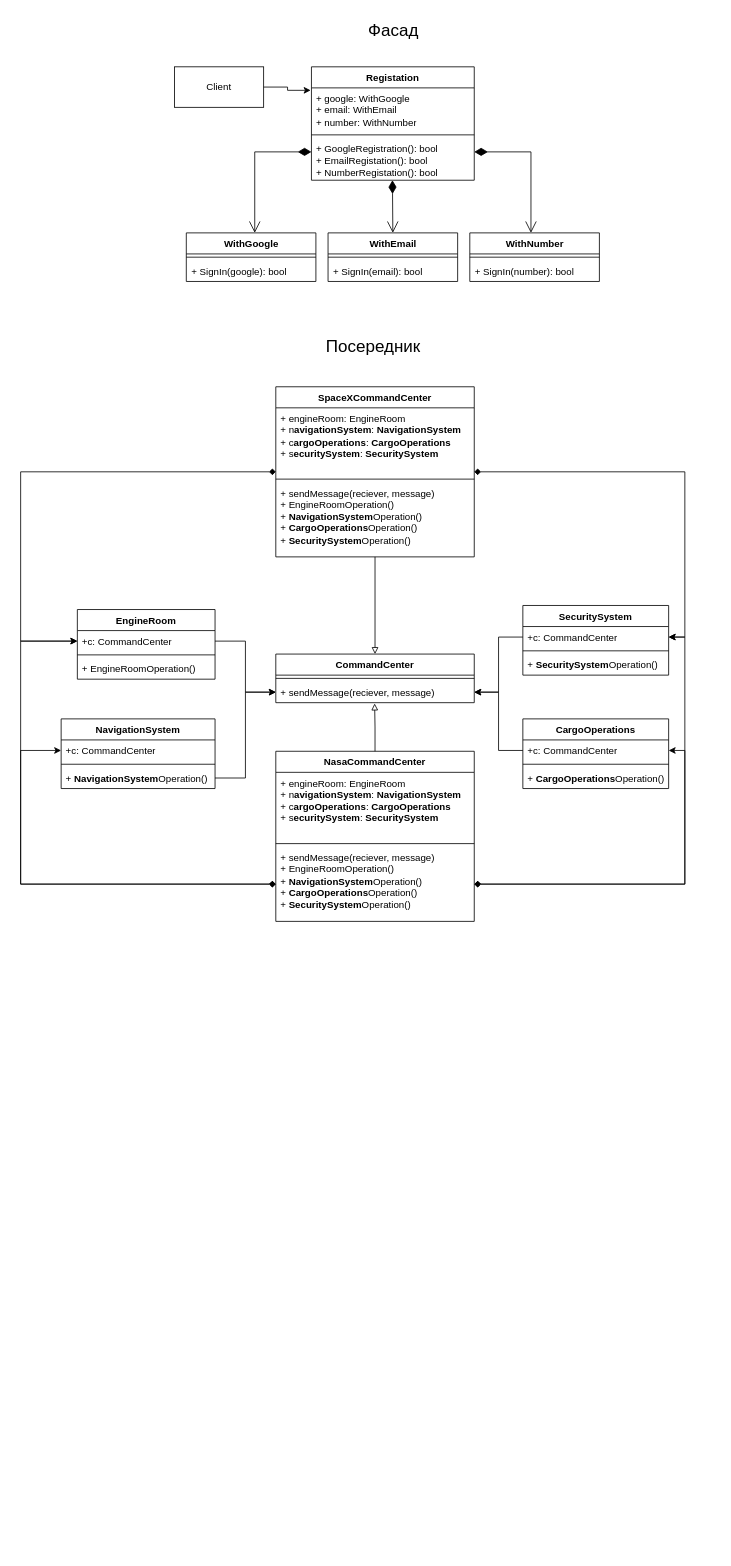
The draw.io diagram dz2.drawio in peerpressurre/diagrams, before the edit. Source tidied: cells renumbered, new cells numbered last; positions are measured from the earlier drawing's top-left corner, leaving out a move shared by most shapes. Both pictures are drawn from the tidied source at 81%, with x=0, y=0 at pixel (20, 14).
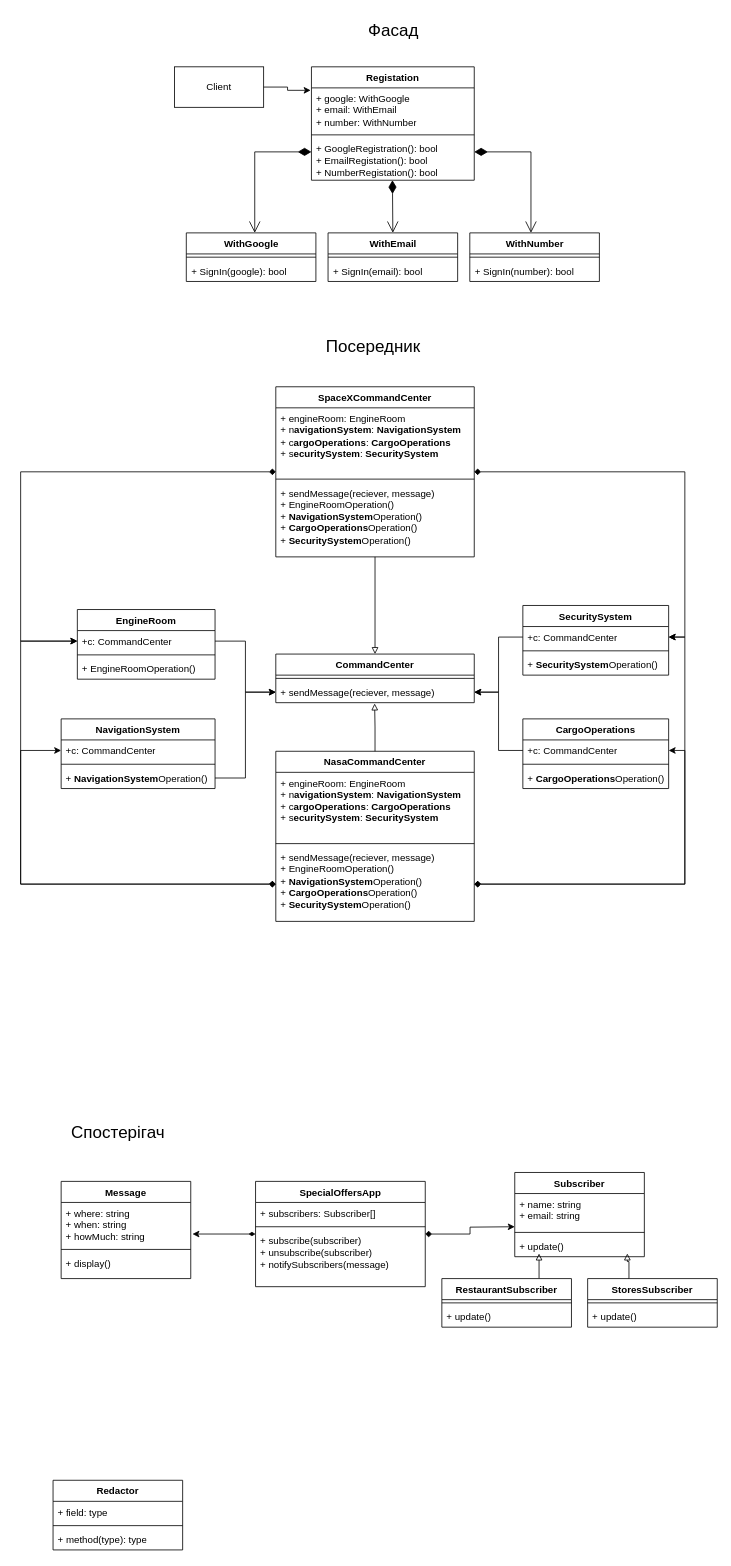
After the change.

The edit, as a diff of the source:
```diff
@@
+    <mxCell id="61" value="SpecialOffersApp" style="swimlane;fontStyle=1;align=center;verticalAlign=top;horizontal=1;startSize=26;whiteSpace=wrap;html=1;" parent="1" vertex="1">
+      <mxGeometry x="290" y="1441" width="209.5" height="130" as="geometry" />
+    </mxCell>
+    <mxCell id="62" value="+ subscribers: Subscriber[]&lt;div&gt;&lt;br&gt;&lt;/div&gt;" style="text;strokeColor=none;fillColor=none;align=left;verticalAlign=top;spacingLeft=4;spacingRight=4;overflow=hidden;whiteSpace=wrap;html=1;" parent="61" vertex="1">
+      <mxGeometry y="26" width="209.5" height="26" as="geometry" />
+    </mxCell>
+    <mxCell id="63" style="line;strokeWidth=1;fillColor=none;align=left;verticalAlign=middle;spacingTop=-1;spacingLeft=3;spacingRight=3;labelPosition=right;strokeColor=inherit;" parent="61" vertex="1">
+      <mxGeometry y="52" width="209.5" height="8" as="geometry" />
+    </mxCell>
+    <mxCell id="64" value="+ subscribe(subscriber)&lt;div&gt;+ unsubscribe(subscriber)&lt;/div&gt;&lt;div&gt;&lt;span style=&quot;background-color: initial;&quot;&gt;+ notifySubscribers(message)&lt;/span&gt;&lt;/div&gt;" style="text;strokeColor=none;fillColor=none;align=left;verticalAlign=top;spacingLeft=4;spacingRight=4;overflow=hidden;whiteSpace=wrap;html=1;" parent="61" vertex="1">
+      <mxGeometry y="60" width="209.5" height="70" as="geometry" />
+    </mxCell>
+    <mxCell id="65" value="Message" style="swimlane;fontStyle=1;align=center;verticalAlign=top;horizontal=1;startSize=26;whiteSpace=wrap;html=1;" parent="1" vertex="1">
+      <mxGeometry x="50" y="1441" width="160" height="120" as="geometry" />
+    </mxCell>
+    <mxCell id="66" value="+ where: string&lt;div&gt;+ when: string&lt;/div&gt;&lt;div&gt;+ howMuch: string&lt;/div&gt;" style="text;strokeColor=none;fillColor=none;align=left;verticalAlign=top;spacingLeft=4;spacingRight=4;overflow=hidden;points=[[0,0.5],[1,0.5]];portConstraint=eastwest;whiteSpace=wrap;html=1;" parent="65" vertex="1">
+      <mxGeometry y="26" width="160" height="54" as="geometry" />
+    </mxCell>
+    <mxCell id="67" style="line;strokeWidth=1;fillColor=none;align=left;verticalAlign=middle;spacingTop=-1;spacingLeft=3;spacingRight=3;labelPosition=right;strokeColor=inherit;" parent="65" vertex="1">
+      <mxGeometry y="80" width="160" height="8" as="geometry" />
+    </mxCell>
+    <mxCell id="68" value="+ display()" style="text;strokeColor=none;fillColor=none;align=left;verticalAlign=top;spacingLeft=4;spacingRight=4;overflow=hidden;whiteSpace=wrap;html=1;" parent="65" vertex="1">
+      <mxGeometry y="88" width="160" height="32" as="geometry" />
+    </mxCell>
+    <mxCell id="69" style="edgeStyle=orthogonalEdgeStyle;rounded=0;jettySize=auto;html=1;entryX=1.013;entryY=0.722;entryDx=0;entryDy=0;entryPerimeter=0;startArrow=diamondThin;startFill=1;" parent="1" edge="1" source="61" target="66">
+      <mxGeometry relative="1" as="geometry" />
+    </mxCell>
+    <mxCell id="70" style="edgeStyle=orthogonalEdgeStyle;rounded=0;jettySize=auto;html=1;entryX=0;entryY=0.5;entryDx=0;entryDy=0;startArrow=diamond;startFill=1;" parent="1" edge="1" source="61">
+      <mxGeometry relative="1" as="geometry">
+        <mxPoint x="610" y="1497" as="targetPoint" />
+      </mxGeometry>
+    </mxCell>
+    <mxCell id="71" style="edgeStyle=orthogonalEdgeStyle;rounded=0;orthogonalLoop=1;jettySize=auto;html=1;exitX=0.75;exitY=0;exitDx=0;exitDy=0;endArrow=block;endFill=0;" parent="1" edge="1">
+      <mxGeometry relative="1" as="geometry">
+        <mxPoint x="640" y="1561" as="sourcePoint" />
+        <mxPoint x="640" y="1530" as="targetPoint" />
+      </mxGeometry>
+    </mxCell>
+    <mxCell id="72" style="edgeStyle=orthogonalEdgeStyle;rounded=0;orthogonalLoop=1;jettySize=auto;html=1;exitX=0.25;exitY=0;exitDx=0;exitDy=0;endArrow=block;endFill=0;" parent="1" edge="1">
+      <mxGeometry relative="1" as="geometry">
+        <mxPoint x="750" y="1561" as="sourcePoint" />
+        <mxPoint x="749" y="1530" as="targetPoint" />
+        <Array as="points">
+          <mxPoint x="751" y="1561" />
+          <mxPoint x="751" y="1540" />
+          <mxPoint x="749" y="1540" />
+        </Array>
+      </mxGeometry>
+    </mxCell>
+    <mxCell id="73" value="RestaurantSubscriber" style="swimlane;fontStyle=1;align=center;verticalAlign=top;horizontal=1;startSize=26;whiteSpace=wrap;html=1;" parent="1" vertex="1">
+      <mxGeometry x="520" y="1561" width="160" height="60" as="geometry" />
+    </mxCell>
+    <mxCell id="74" style="line;strokeWidth=1;fillColor=none;align=left;verticalAlign=middle;spacingTop=-1;spacingLeft=3;spacingRight=3;labelPosition=right;strokeColor=inherit;" parent="73" vertex="1">
+      <mxGeometry y="26" width="160" height="8" as="geometry" />
+    </mxCell>
+    <mxCell id="75" value="+ update()" style="text;strokeColor=none;fillColor=none;align=left;verticalAlign=top;spacingLeft=4;spacingRight=4;overflow=hidden;whiteSpace=wrap;html=1;" parent="73" vertex="1">
+      <mxGeometry y="34" width="160" height="26" as="geometry" />
+    </mxCell>
+    <mxCell id="76" value="StoresSubscriber" style="swimlane;fontStyle=1;align=center;verticalAlign=top;horizontal=1;startSize=26;whiteSpace=wrap;html=1;" parent="1" vertex="1">
+      <mxGeometry x="700" y="1561" width="160" height="60" as="geometry" />
+    </mxCell>
+    <mxCell id="77" style="line;strokeWidth=1;fillColor=none;align=left;verticalAlign=middle;spacingTop=-1;spacingLeft=3;spacingRight=3;labelPosition=right;strokeColor=inherit;" parent="76" vertex="1">
+      <mxGeometry y="26" width="160" height="8" as="geometry" />
+    </mxCell>
+    <mxCell id="78" value="+ update()" style="text;strokeColor=none;fillColor=none;align=left;verticalAlign=top;spacingLeft=4;spacingRight=4;overflow=hidden;whiteSpace=wrap;html=1;" parent="76" vertex="1">
+      <mxGeometry y="34" width="160" height="26" as="geometry" />
+    </mxCell>
+    <mxCell id="79" value="Subscriber" style="swimlane;fontStyle=1;align=center;verticalAlign=top;horizontal=1;startSize=26;whiteSpace=wrap;html=1;" parent="1" vertex="1">
+      <mxGeometry x="610" y="1430" width="160" height="104" as="geometry" />
+    </mxCell>
+    <mxCell id="80" value="+ name: string&lt;br&gt;&lt;span style=&quot;background-color: initial;&quot;&gt;+ email: string&lt;/span&gt;" style="text;strokeColor=none;fillColor=none;align=left;verticalAlign=top;spacingLeft=4;spacingRight=4;overflow=hidden;whiteSpace=wrap;html=1;" parent="79" vertex="1">
+      <mxGeometry y="26" width="160" height="44" as="geometry" />
+    </mxCell>
+    <mxCell id="81" style="line;strokeWidth=1;fillColor=none;align=left;verticalAlign=middle;spacingTop=-1;spacingLeft=3;spacingRight=3;labelPosition=right;strokeColor=inherit;" parent="79" vertex="1">
+      <mxGeometry y="70" width="160" height="8" as="geometry" />
+    </mxCell>
+    <mxCell id="82" value="+ update()" style="text;strokeColor=none;fillColor=none;align=left;verticalAlign=top;spacingLeft=4;spacingRight=4;overflow=hidden;whiteSpace=wrap;html=1;" parent="79" vertex="1">
+      <mxGeometry y="78" width="160" height="26" as="geometry" />
+    </mxCell>
+    <mxCell id="83" value="&lt;font style=&quot;font-size: 21px;&quot;&gt;Спостерігач&lt;/font&gt;" style="text;html=1;align=center;verticalAlign=middle;strokeColor=none;fillColor=none;" parent="1" vertex="1">
+      <mxGeometry x="50" y="1360" width="140" height="40" as="geometry" />
+    </mxCell>
+    <mxCell id="84" value="Redactor&lt;div&gt;&lt;br&gt;&lt;/div&gt;" style="swimlane;fontStyle=1;align=center;verticalAlign=top;horizontal=1;startSize=26;whiteSpace=wrap;html=1;" parent="1" vertex="1">
+      <mxGeometry x="40" y="1810" width="160" height="86" as="geometry" />
+    </mxCell>
+    <mxCell id="85" value="+ field: type" style="text;strokeColor=none;fillColor=none;align=left;verticalAlign=top;spacingLeft=4;spacingRight=4;overflow=hidden;whiteSpace=wrap;html=1;" parent="84" vertex="1">
+      <mxGeometry y="26" width="160" height="26" as="geometry" />
+    </mxCell>
+    <mxCell id="86" style="line;strokeWidth=1;fillColor=none;align=left;verticalAlign=middle;spacingTop=-1;spacingLeft=3;spacingRight=3;labelPosition=right;strokeColor=inherit;" parent="84" vertex="1">
+      <mxGeometry y="52" width="160" height="8" as="geometry" />
+    </mxCell>
+    <mxCell id="87" value="+ method(type): type" style="text;strokeColor=none;fillColor=none;align=left;verticalAlign=top;spacingLeft=4;spacingRight=4;overflow=hidden;whiteSpace=wrap;html=1;" parent="84" vertex="1">
+      <mxGeometry y="60" width="160" height="26" as="geometry" />
+    </mxCell>
```
